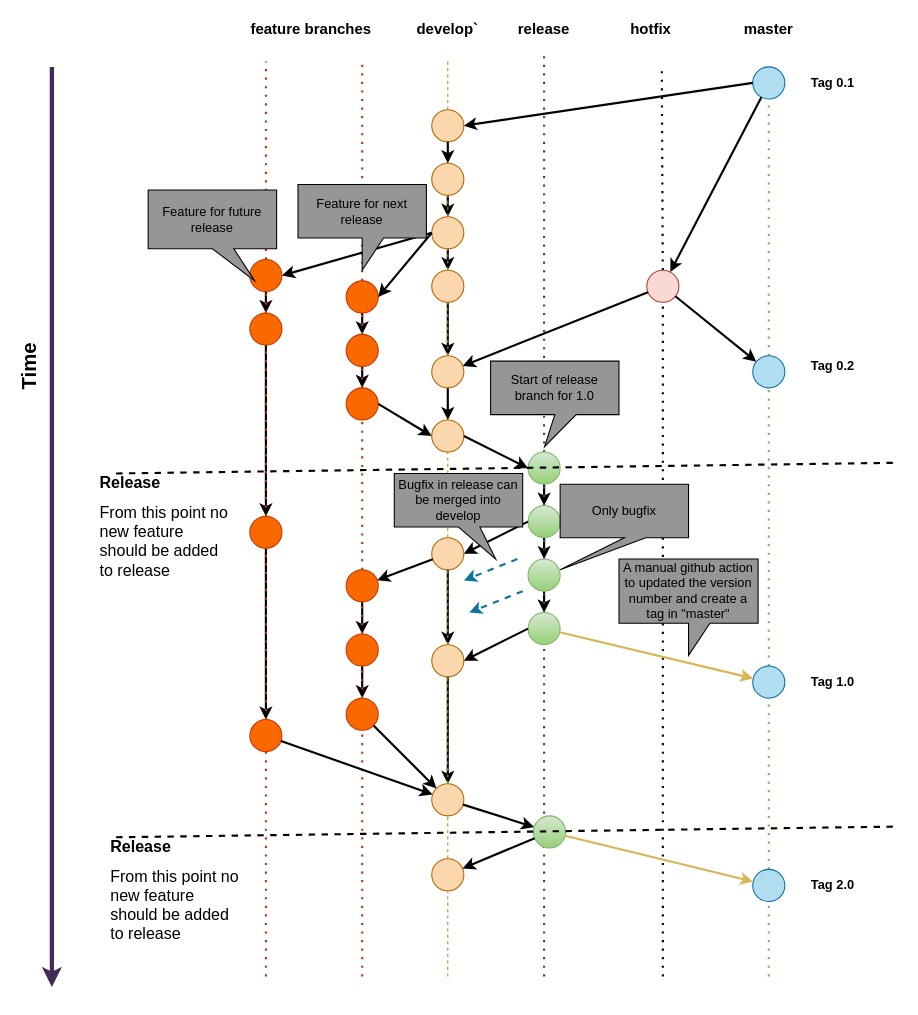
Before: Branching System.drawio in roushanatlcci/testRepo, a draw.io diagram. Source tidied: cells renumbered, new cells numbered last; positions are measured from the earlier drawing's top-left corner, leaving out a move shared by most shapes. Both pictures are drawn from the tidied source at 107%, with x=0, y=0 at pixel (9, 18).
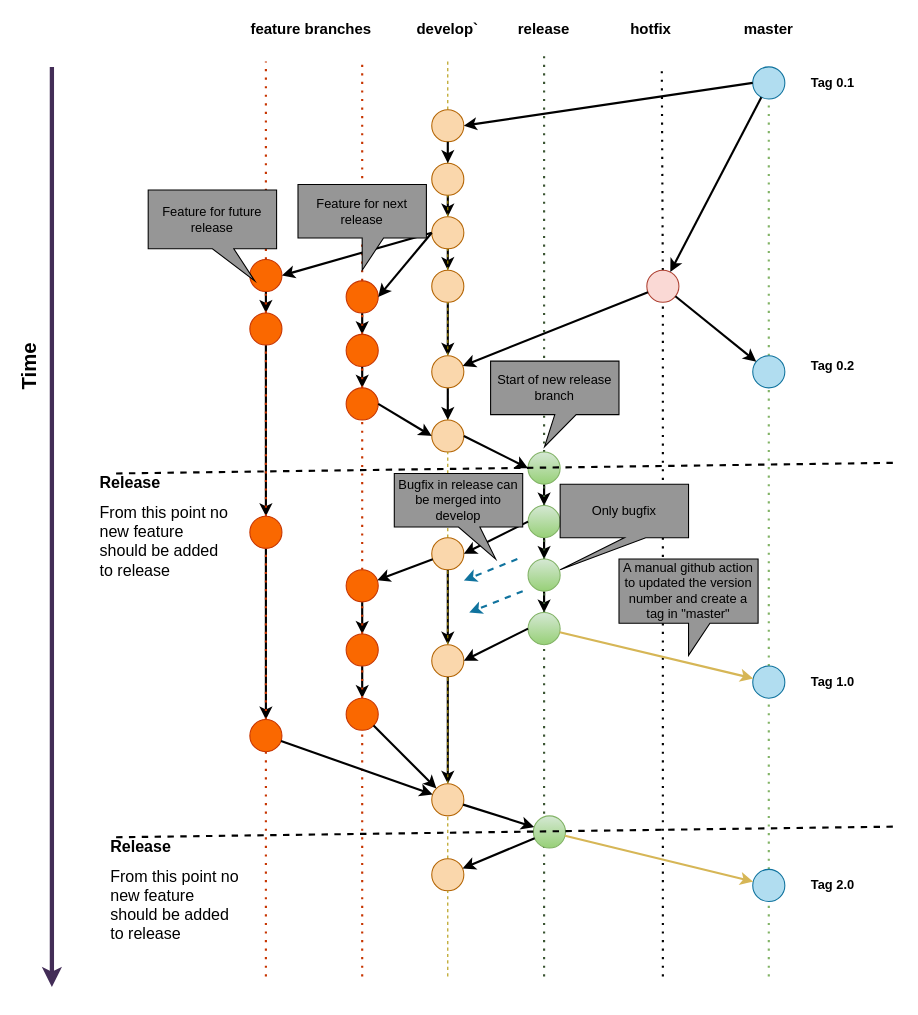
After the change.

What changed in the source:
```diff
@@
-    <mxCell id="114" value="Start of release branch for 1.0" style="shape=callout;whiteSpace=wrap;html=1;perimeter=calloutPerimeter;fillColor=#969696;gradientColor=none;position2=0.42;" parent="1" vertex="1">
+    <mxCell id="114" value="Start of new release branch" style="shape=callout;whiteSpace=wrap;html=1;perimeter=calloutPerimeter;fillColor=#969696;gradientColor=none;position2=0.42;" parent="1" vertex="1">
       <mxGeometry x="450" y="320" width="120" height="80" as="geometry" />
     </mxCell>
```
